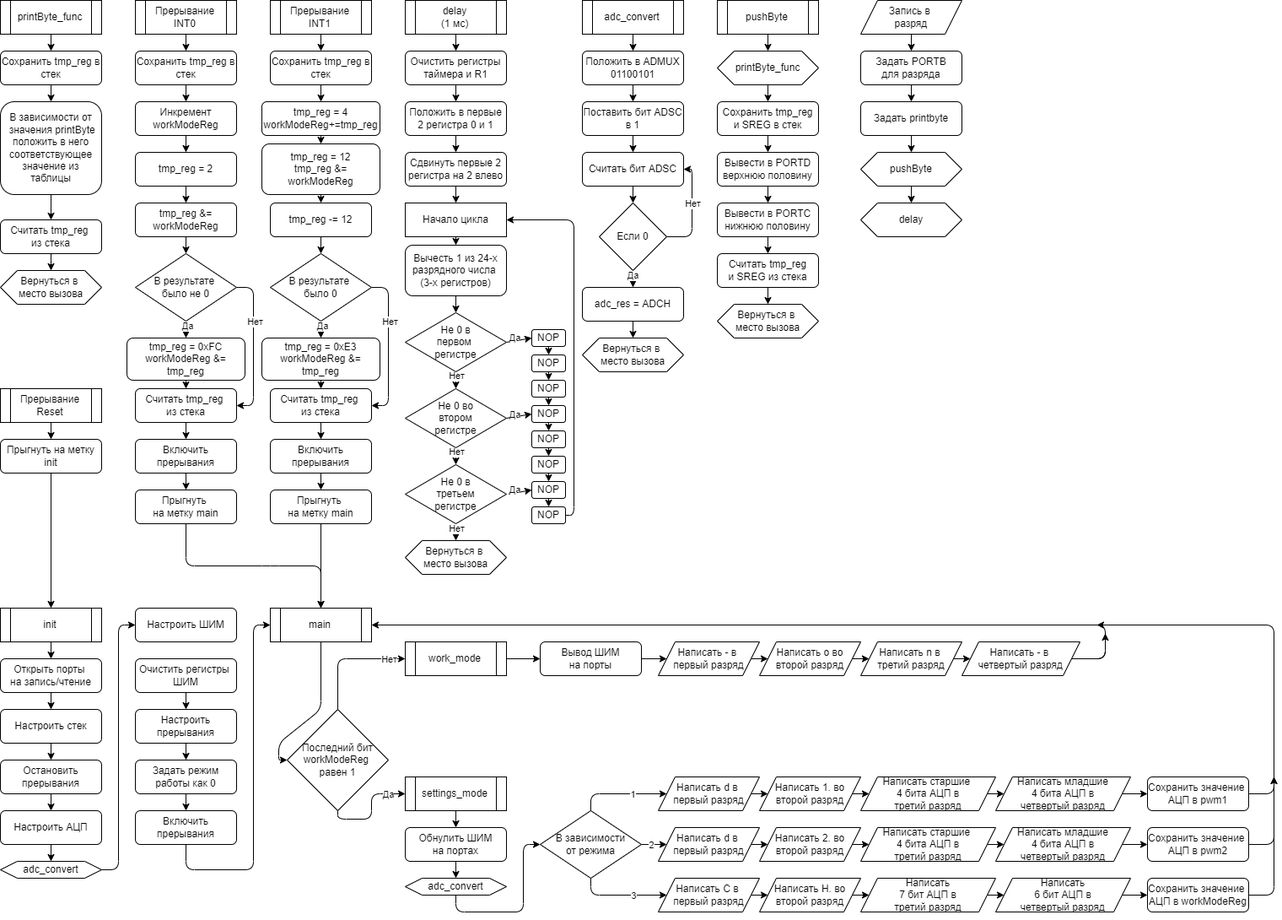
Earlier version of the draw.io export ASVT_LAB_PWM/Untitled-1.png (Numillyash/ASVT). Source tidied: cells renumbered, new cells last; positions are measured from the earlier drawing's top-left corner, leaving out a move shared by most shapes.
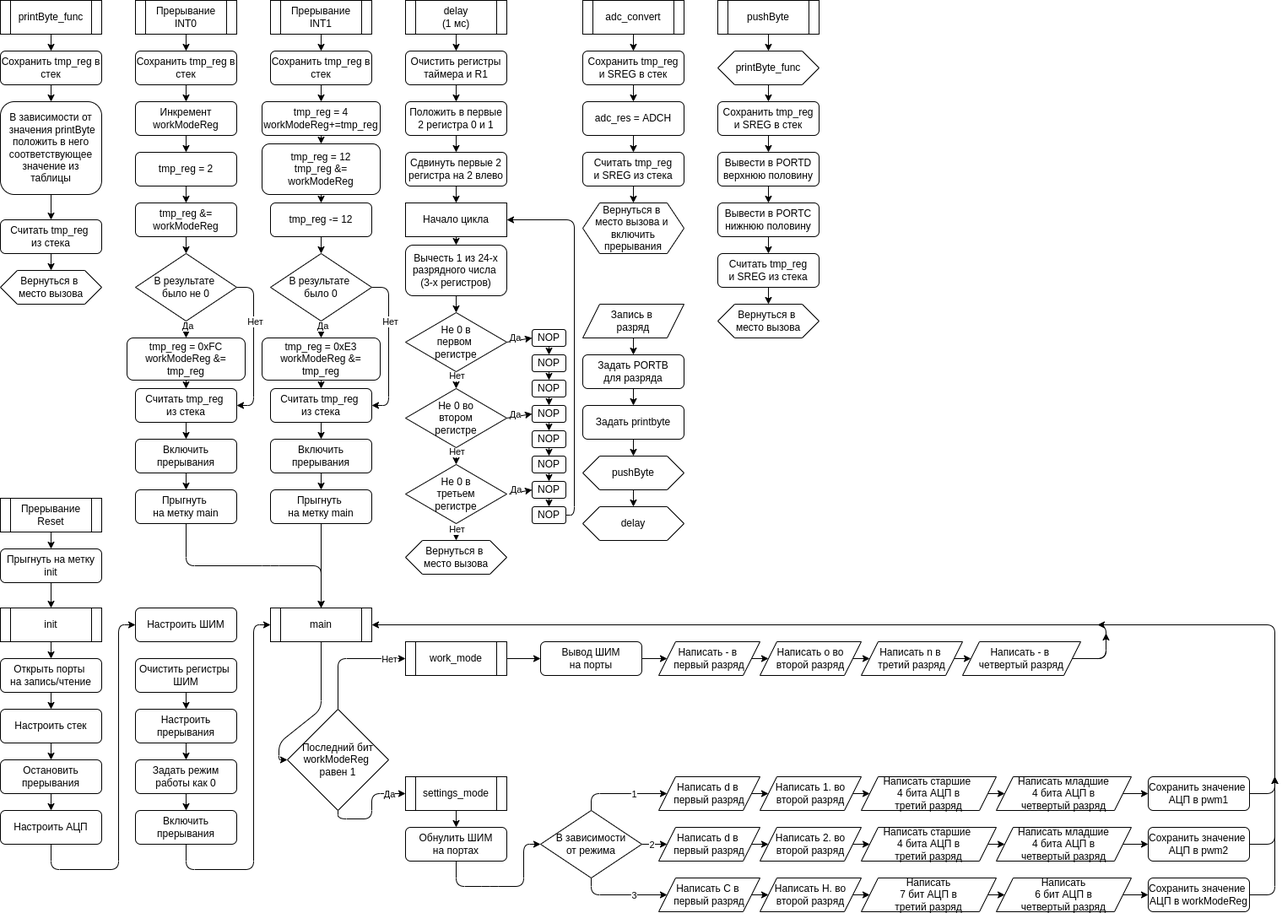
The same diagram one commit later.

What changed in the source:
```diff
@@ -6,7 +6,7 @@
       <mxGeometry relative="1" as="geometry" />
     </mxCell>
     <mxCell id="3" value="Прерывание Reset" style="shape=process;whiteSpace=wrap;html=1;backgroundOutline=1;" parent="1" vertex="1">
-      <mxGeometry y="460" width="120" height="40" as="geometry" />
+      <mxGeometry y="590" width="120" height="40" as="geometry" />
     </mxCell>
     <mxCell id="4" style="edgeStyle=none;html=1;entryX=0.5;entryY=0;entryDx=0;entryDy=0;" parent="1" edge="1" source="5" target="30">
       <mxGeometry relative="1" as="geometry" />
@@ -24,7 +24,7 @@
       <mxGeometry relative="1" as="geometry" />
     </mxCell>
     <mxCell id="9" value="Прыгнуть на метку init" style="rounded=1;whiteSpace=wrap;html=1;" parent="1" vertex="1">
-      <mxGeometry y="520" width="120" height="40" as="geometry" />
+      <mxGeometry y="650" width="120" height="40" as="geometry" />
     </mxCell>
     <mxCell id="10" style="edgeStyle=none;html=1;" parent="1" edge="1" source="11" target="13">
       <mxGeometry relative="1" as="geometry" />
@@ -317,60 +317,28 @@
     <mxCell id="95" value="Вернуться в &lt;br&gt;место вызова" style="shape=hexagon;perimeter=hexagonPerimeter2;whiteSpace=wrap;html=1;fixedSize=1;" parent="1" vertex="1">
       <mxGeometry x="480" y="640" width="120" height="40" as="geometry" />
     </mxCell>
-    <mxCell id="96" style="edgeStyle=none;html=1;entryX=0.5;entryY=0;entryDx=0;entryDy=0;" parent="1" edge="1" source="97" target="99">
-      <mxGeometry relative="1" as="geometry" />
+    <mxCell id="96" style="edgeStyle=none;html=1;entryX=0.5;entryY=0;entryDx=0;entryDy=0;" parent="1" edge="1" source="97">
+      <mxGeometry relative="1" as="geometry">
+        <mxPoint x="750" y="60" as="targetPoint" />
+      </mxGeometry>
     </mxCell>
     <mxCell id="97" value="adc_convert" style="shape=process;whiteSpace=wrap;html=1;backgroundOutline=1;" parent="1" vertex="1">
       <mxGeometry x="690" width="120" height="40" as="geometry" />
     </mxCell>
-    <mxCell id="98" style="edgeStyle=none;html=1;entryX=0.5;entryY=0;entryDx=0;entryDy=0;" parent="1" edge="1" source="99" target="101">
-      <mxGeometry relative="1" as="geometry" />
+    <mxCell id="98" style="edgeStyle=none;html=1;entryX=0.5;entryY=0;entryDx=0;entryDy=0;" parent="1" edge="1">
+      <mxGeometry relative="1" as="geometry">
+        <mxPoint x="750" y="100" as="sourcePoint" />
+        <mxPoint x="750" y="120" as="targetPoint" />
+      </mxGeometry>
     </mxCell>
-    <mxCell id="99" value="Положить в ADMUX&lt;br&gt;01100101" style="rounded=1;whiteSpace=wrap;html=1;glass=0;gradientColor=none;" parent="1" vertex="1">
-      <mxGeometry x="690" y="60" width="120" height="40" as="geometry" />
-    </mxCell>
-    <mxCell id="100" style="edgeStyle=none;html=1;entryX=0.5;entryY=0;entryDx=0;entryDy=0;" parent="1" edge="1" source="101" target="108">
-      <mxGeometry relative="1" as="geometry" />
-    </mxCell>
-    <mxCell id="101" value="Поставить бит ADSC в 1" style="rounded=1;whiteSpace=wrap;html=1;glass=0;gradientColor=none;" parent="1" vertex="1">
-      <mxGeometry x="690" y="120" width="120" height="40" as="geometry" />
-    </mxCell>
-    <mxCell id="102" style="edgeStyle=none;html=1;entryX=1;entryY=0.5;entryDx=0;entryDy=0;exitX=1;exitY=0.5;exitDx=0;exitDy=0;" parent="1" edge="1" source="106" target="108">
-      <mxGeometry relative="1" as="geometry">
-        <Array as="points">
-          <mxPoint x="820" y="280" />
-          <mxPoint x="820" y="200" />
-        </Array>
-      </mxGeometry>
-    </mxCell>
-    <mxCell id="103" value="Нет" style="edgeLabel;html=1;align=center;verticalAlign=middle;" parent="102" vertex="1">
-      <mxGeometry x="-0.6" relative="1" as="geometry">
-        <mxPoint x="6" y="-40" as="offset" />
-      </mxGeometry>
-    </mxCell>
-    <mxCell id="104" style="edgeStyle=none;html=1;entryX=0.5;entryY=0;entryDx=0;entryDy=0;" parent="1" edge="1" source="106" target="110">
-      <mxGeometry relative="1" as="geometry" />
-    </mxCell>
-    <mxCell id="105" value="Да" style="edgeLabel;html=1;align=center;verticalAlign=middle;" parent="104" vertex="1">
-      <mxGeometry x="-0.44" y="-1" relative="1" as="geometry" />
-    </mxCell>
-    <mxCell id="106" value="Если 0" style="rhombus;whiteSpace=wrap;html=1;glass=0;gradientColor=none;" parent="1" vertex="1">
-      <mxGeometry x="710" y="240" width="80" height="80" as="geometry" />
-    </mxCell>
-    <mxCell id="107" style="edgeStyle=none;html=1;entryX=0.5;entryY=0;entryDx=0;entryDy=0;" parent="1" edge="1" source="108" target="106">
-      <mxGeometry relative="1" as="geometry" />
-    </mxCell>
-    <mxCell id="108" value="Считать бит ADSC" style="rounded=1;whiteSpace=wrap;html=1;glass=0;gradientColor=none;" parent="1" vertex="1">
-      <mxGeometry x="690" y="180" width="120" height="40" as="geometry" />
-    </mxCell>
-    <mxCell id="109" style="edgeStyle=none;html=1;entryX=0.5;entryY=0;entryDx=0;entryDy=0;" parent="1" edge="1" source="110" target="111">
-      <mxGeometry relative="1" as="geometry" />
-    </mxCell>
+    <mxCell id="227" style="edgeStyle=none;html=1;entryX=0.5;entryY=0;entryDx=0;entryDy=0;" parent="1" edge="1" source="110" target="230">
+      <mxGeometry relative="1" as="geometry" />
+    </mxCell>
     <mxCell id="110" value="adc_res = ADCH" style="rounded=1;whiteSpace=wrap;html=1;glass=0;gradientColor=none;" parent="1" vertex="1">
-      <mxGeometry x="690" y="340" width="120" height="40" as="geometry" />
+      <mxGeometry x="690" y="120" width="120" height="40" as="geometry" />
     </mxCell>
-    <mxCell id="111" value="Вернуться в &lt;br&gt;место вызова" style="shape=hexagon;perimeter=hexagonPerimeter2;whiteSpace=wrap;html=1;fixedSize=1;" parent="1" vertex="1">
-      <mxGeometry x="690" y="400" width="120" height="40" as="geometry" />
+    <mxCell id="111" value="Вернуться в &lt;br&gt;место вызова и &lt;br&gt;включить&lt;br&gt;прерывания" style="shape=hexagon;perimeter=hexagonPerimeter2;whiteSpace=wrap;html=1;fixedSize=1;" parent="1" vertex="1">
+      <mxGeometry x="690" y="240" width="120" height="60" as="geometry" />
     </mxCell>
     <mxCell id="112" style="edgeStyle=none;html=1;entryX=0.5;entryY=0;entryDx=0;entryDy=0;" parent="1" edge="1" source="113" target="115">
       <mxGeometry relative="1" as="geometry" />
@@ -423,23 +391,18 @@
     <mxCell id="128" value="Остановить&lt;br&gt;прерывания" style="rounded=1;whiteSpace=wrap;html=1;glass=0;gradientColor=none;" parent="1" vertex="1">
       <mxGeometry y="900" width="120" height="40" as="geometry" />
     </mxCell>
-    <mxCell id="129" style="edgeStyle=none;html=1;" parent="1" edge="1" source="130" target="132">
-      <mxGeometry relative="1" as="geometry" />
+    <mxCell id="129" style="edgeStyle=none;html=1;entryX=0;entryY=0.5;entryDx=0;entryDy=0;" parent="1" edge="1" source="130" target="133">
+      <mxGeometry relative="1" as="geometry">
+        <Array as="points">
+          <mxPoint x="60" y="1030" />
+          <mxPoint x="140" y="1030" />
+          <mxPoint x="140" y="740" />
+        </Array>
+      </mxGeometry>
     </mxCell>
     <mxCell id="130" value="Настроить АЦП" style="rounded=1;whiteSpace=wrap;html=1;glass=0;gradientColor=none;" parent="1" vertex="1">
       <mxGeometry y="960" width="120" height="40" as="geometry" />
     </mxCell>
-    <mxCell id="131" style="edgeStyle=none;html=1;entryX=0;entryY=0.5;entryDx=0;entryDy=0;exitX=1;exitY=0.5;exitDx=0;exitDy=0;" parent="1" edge="1" source="132" target="133">
-      <mxGeometry relative="1" as="geometry">
-        <Array as="points">
-          <mxPoint x="140" y="1030" />
-          <mxPoint x="140" y="740" />
-        </Array>
-      </mxGeometry>
-    </mxCell>
-    <mxCell id="132" value="adc_convert" style="shape=hexagon;perimeter=hexagonPerimeter2;whiteSpace=wrap;html=1;fixedSize=1;glass=0;gradientColor=none;" parent="1" vertex="1">
-      <mxGeometry y="1020" width="120" height="20" as="geometry" />
-    </mxCell>
     <mxCell id="133" value="Настроить ШИМ" style="rounded=1;whiteSpace=wrap;html=1;glass=0;gradientColor=none;" parent="1" vertex="1">
       <mxGeometry x="160" y="720" width="120" height="40" as="geometry" />
     </mxCell>
@@ -532,11 +495,6 @@
     <mxCell id="154" value="Вывод ШИМ&lt;br&gt;на порты" style="rounded=1;whiteSpace=wrap;html=1;glass=0;gradientColor=none;" parent="1" vertex="1">
       <mxGeometry x="640" y="760" width="120" height="40" as="geometry" />
     </mxCell>
-    <mxCell id="155" style="edgeStyle=none;html=1;entryX=0.5;entryY=0;entryDx=0;entryDy=0;" parent="1" edge="1" source="156">
-      <mxGeometry relative="1" as="geometry">
-        <mxPoint x="540" y="1040" as="targetPoint" />
-      </mxGeometry>
-    </mxCell>
     <mxCell id="156" value="Обнулить ШИМ&lt;br&gt;на портах" style="rounded=1;whiteSpace=wrap;html=1;glass=0;gradientColor=none;" parent="1" vertex="1">
       <mxGeometry x="480" y="980" width="120" height="40" as="geometry" />
     </mxCell>
@@ -573,18 +531,16 @@
     <mxCell id="163" value="В зависимости&lt;br&gt;от режима" style="rhombus;whiteSpace=wrap;html=1;glass=0;gradientColor=none;" parent="1" vertex="1">
       <mxGeometry x="640" y="960" width="120" height="80" as="geometry" />
     </mxCell>
-    <mxCell id="164" style="edgeStyle=none;html=1;entryX=0;entryY=0.5;entryDx=0;entryDy=0;exitX=0.5;exitY=1;exitDx=0;exitDy=0;" parent="1" edge="1" source="165" target="163">
+    <mxCell id="164" style="edgeStyle=none;html=1;entryX=0;entryY=0.5;entryDx=0;entryDy=0;exitX=0.5;exitY=1;exitDx=0;exitDy=0;" parent="1" edge="1" source="156" target="163">
       <mxGeometry relative="1" as="geometry">
         <Array as="points">
-          <mxPoint x="540" y="1080" />
-          <mxPoint x="620" y="1080" />
+          <mxPoint x="540" y="1050" />
+          <mxPoint x="580" y="1050" />
+          <mxPoint x="620" y="1050" />
           <mxPoint x="620" y="1000" />
         </Array>
       </mxGeometry>
     </mxCell>
-    <mxCell id="165" value="adc_convert" style="shape=hexagon;perimeter=hexagonPerimeter2;whiteSpace=wrap;html=1;fixedSize=1;glass=0;gradientColor=none;" parent="1" vertex="1">
-      <mxGeometry x="480" y="1040" width="120" height="20" as="geometry" />
-    </mxCell>
     <mxCell id="166" style="edgeStyle=none;html=1;entryX=0.5;entryY=0;entryDx=0;entryDy=0;" parent="1" edge="1" source="167" target="169">
       <mxGeometry relative="1" as="geometry" />
     </mxCell>
@@ -628,28 +584,28 @@
       <mxGeometry relative="1" as="geometry" />
     </mxCell>
     <mxCell id="180" value="Задать PORTB&lt;br&gt;для разряда" style="rounded=1;whiteSpace=wrap;html=1;glass=0;gradientColor=none;" parent="1" vertex="1">
-      <mxGeometry x="1020" y="60" width="120" height="40" as="geometry" />
+      <mxGeometry x="690" y="420" width="120" height="40" as="geometry" />
     </mxCell>
     <mxCell id="181" style="edgeStyle=none;html=1;entryX=0.5;entryY=0;entryDx=0;entryDy=0;" parent="1" edge="1" source="182" target="180">
       <mxGeometry relative="1" as="geometry" />
     </mxCell>
     <mxCell id="182" value="Запись в&amp;nbsp;&lt;br&gt;разряд" style="shape=parallelogram;perimeter=parallelogramPerimeter;whiteSpace=wrap;html=1;fixedSize=1;glass=0;gradientColor=none;" parent="1" vertex="1">
-      <mxGeometry x="1020" width="120" height="40" as="geometry" />
+      <mxGeometry x="690" y="360" width="120" height="40" as="geometry" />
     </mxCell>
     <mxCell id="183" style="edgeStyle=none;html=1;entryX=0.5;entryY=0;entryDx=0;entryDy=0;" parent="1" edge="1" source="184" target="186">
       <mxGeometry relative="1" as="geometry" />
     </mxCell>
     <mxCell id="184" value="Задать printbyte" style="rounded=1;whiteSpace=wrap;html=1;glass=0;gradientColor=none;" parent="1" vertex="1">
-      <mxGeometry x="1020" y="120" width="120" height="40" as="geometry" />
+      <mxGeometry x="690" y="480" width="120" height="40" as="geometry" />
     </mxCell>
     <mxCell id="185" style="edgeStyle=none;html=1;entryX=0.5;entryY=0;entryDx=0;entryDy=0;" parent="1" edge="1" source="186" target="187">
       <mxGeometry relative="1" as="geometry" />
     </mxCell>
     <mxCell id="186" value="pushByte" style="shape=hexagon;perimeter=hexagonPerimeter2;whiteSpace=wrap;html=1;fixedSize=1;glass=0;gradientColor=none;" parent="1" vertex="1">
-      <mxGeometry x="1020" y="180" width="120" height="40" as="geometry" />
+      <mxGeometry x="690" y="540" width="120" height="40" as="geometry" />
     </mxCell>
     <mxCell id="187" value="delay" style="shape=hexagon;perimeter=hexagonPerimeter2;whiteSpace=wrap;html=1;fixedSize=1;glass=0;gradientColor=none;" parent="1" vertex="1">
-      <mxGeometry x="1020" y="240" width="120" height="40" as="geometry" />
+      <mxGeometry x="690" y="600" width="120" height="40" as="geometry" />
     </mxCell>
     <mxCell id="188" style="edgeStyle=none;html=1;entryX=0;entryY=0.5;entryDx=0;entryDy=0;" parent="1" edge="1" source="189" target="191">
       <mxGeometry relative="1" as="geometry" />
@@ -794,5 +750,16 @@
     <mxCell id="226" value="Сохранить значение &lt;br&gt;АЦП в workModeReg" style="rounded=1;whiteSpace=wrap;html=1;glass=0;gradientColor=none;" parent="1" vertex="1">
       <mxGeometry x="1360" y="1040" width="120" height="40" as="geometry" />
     </mxCell>
+    <mxCell id="228" value="Сохранить tmp_reg&lt;br&gt;и SREG в стек" style="rounded=1;whiteSpace=wrap;html=1;" parent="1" vertex="1">
+      <mxGeometry x="690" y="60" width="120" height="40" as="geometry" />
+    </mxCell>
+    <mxCell id="229" style="edgeStyle=none;html=1;" parent="1" edge="1" source="230">
+      <mxGeometry relative="1" as="geometry">
+        <mxPoint x="750" y="240" as="targetPoint" />
+      </mxGeometry>
+    </mxCell>
+    <mxCell id="230" value="Считать tmp_reg&lt;br&gt;и SREG из стека" style="rounded=1;whiteSpace=wrap;html=1;" parent="1" vertex="1">
+      <mxGeometry x="690" y="180" width="120" height="40" as="geometry" />
+    </mxCell>
   </root>
 </mxGraphModel>
```
